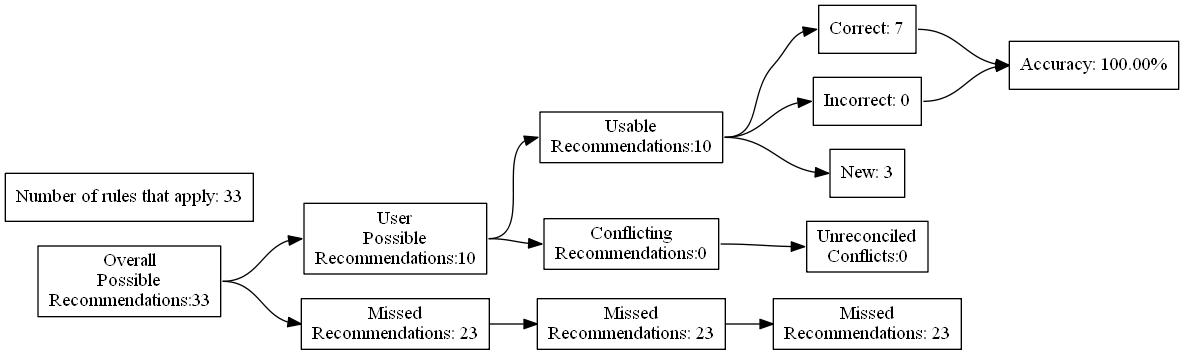
ZaxR/ibd_diet_analysis keeps this Graphviz diagram as test_renders/94.gv.png. Above is the earlier version. Its source is kept beside it as test_renders/94.gv.
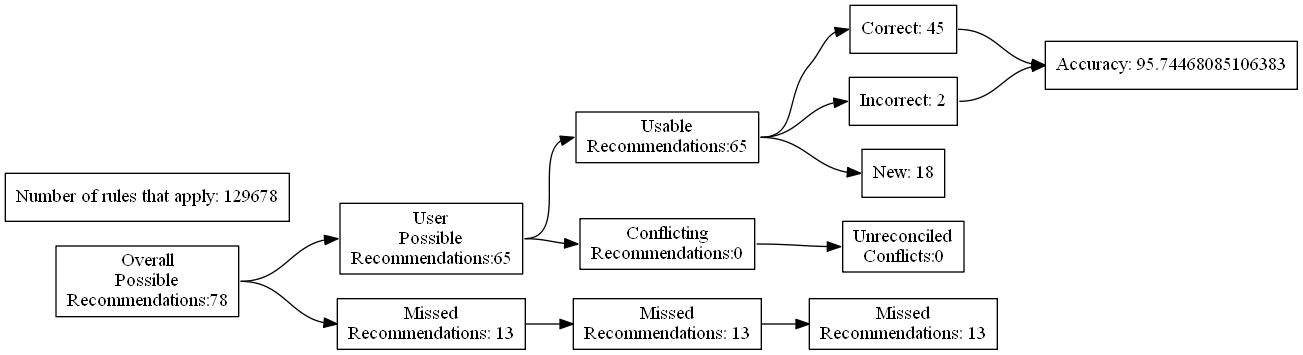
Above is the later version.

Diff of the diagram source:
```diff
@@ -4,27 +4,27 @@
 	edge [headport=w tailport=e]
 		A [label="Overall
 Possible
-Recommendations:33"]
+Recommendations:78"]
 		B [label="User
 Possible
-Recommendations:10"]
+Recommendations:65"]
 		C [label="Missed
-Recommendations: 23"]
+Recommendations: 13"]
 		D [label="Usable
-Recommendations:10"]
+Recommendations:65"]
 		E [label="Conflicting
 Recommendations:0"]
 		J [label="Missed
-Recommendations: 23"]
+Recommendations: 13"]
 		M [label="Unreconciled
 Conflicts:0"]
-		F [label="Correct: 7"]
-		G [label="Incorrect: 0"]
-		H [label="New: 3"]
+		F [label="Correct: 45"]
+		G [label="Incorrect: 2"]
+		H [label="New: 18"]
 		K [label="Missed
-Recommendations: 23"]
-		I [label="Accuracy: 100.00%"]
-		l [label="Number of rules that apply: 33"]
+Recommendations: 13"]
+		I [label="Accuracy: 95.74468085106383"]
+		l [label="Number of rules that apply: 129678"]
 			A -> B
 			A -> C
 			B -> D
```
